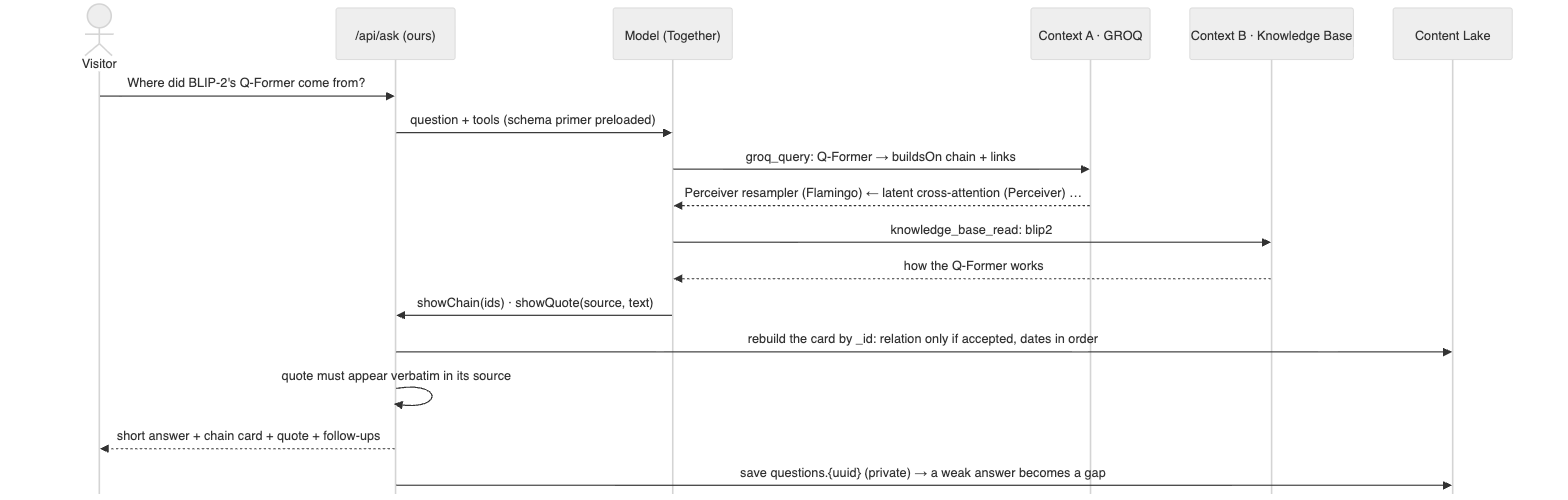
akashgoyal/paper-lineage keeps this Mermaid diagram as docs/post/diagrams/example-ask.png. Above is the earlier version. Its source is kept beside it as docs/post/diagrams/example-ask.mmd.
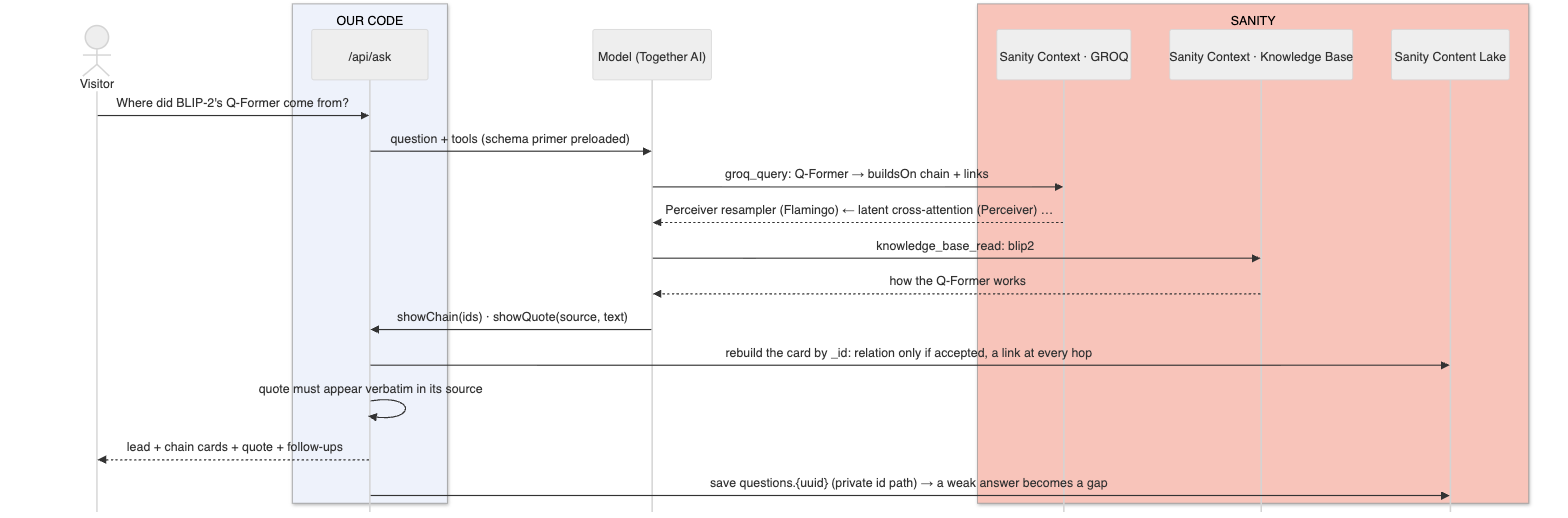
The same file after the commit.

Diff of the diagram source:
```diff
@@ -1,11 +1,14 @@
 sequenceDiagram
   actor V as Visitor
-  participant A as /api/ask (ours)
-  participant M as Model (Together)
-  participant G as Context A · GROQ
-  participant K as Context B · Knowledge Base
-  participant L as Content Lake
-
+  box rgb(238,242,251) OUR CODE
+    participant A as /api/ask
+  end
+  participant M as Model (Together AI)
+  box rgb(248,196,186) SANITY
+    participant G as Sanity Context · GROQ
+    participant K as Sanity Context · Knowledge Base
+    participant L as Sanity Content Lake
+  end
   V->>A: Where did BLIP-2's Q-Former come from?
   A->>M: question + tools (schema primer preloaded)
   M->>G: groq_query: Q-Former → buildsOn chain + links
@@ -13,7 +16,7 @@
   M->>K: knowledge_base_read: blip2
   K-->>M: how the Q-Former works
   M->>A: showChain(ids) · showQuote(source, text)
-  A->>L: rebuild the card by _id: relation only if accepted, dates in order
+  A->>L: rebuild the card by _id: relation only if accepted, a link at every hop
   A->>A: quote must appear verbatim in its source
-  A-->>V: short answer + chain card + quote + follow-ups
-  A->>L: save questions.{uuid} (private) → a weak answer becomes a gap
+  A-->>V: lead + chain cards + quote + follow-ups
+  A->>L: save questions.{uuid} (private id path) → a weak answer becomes a gap
```
